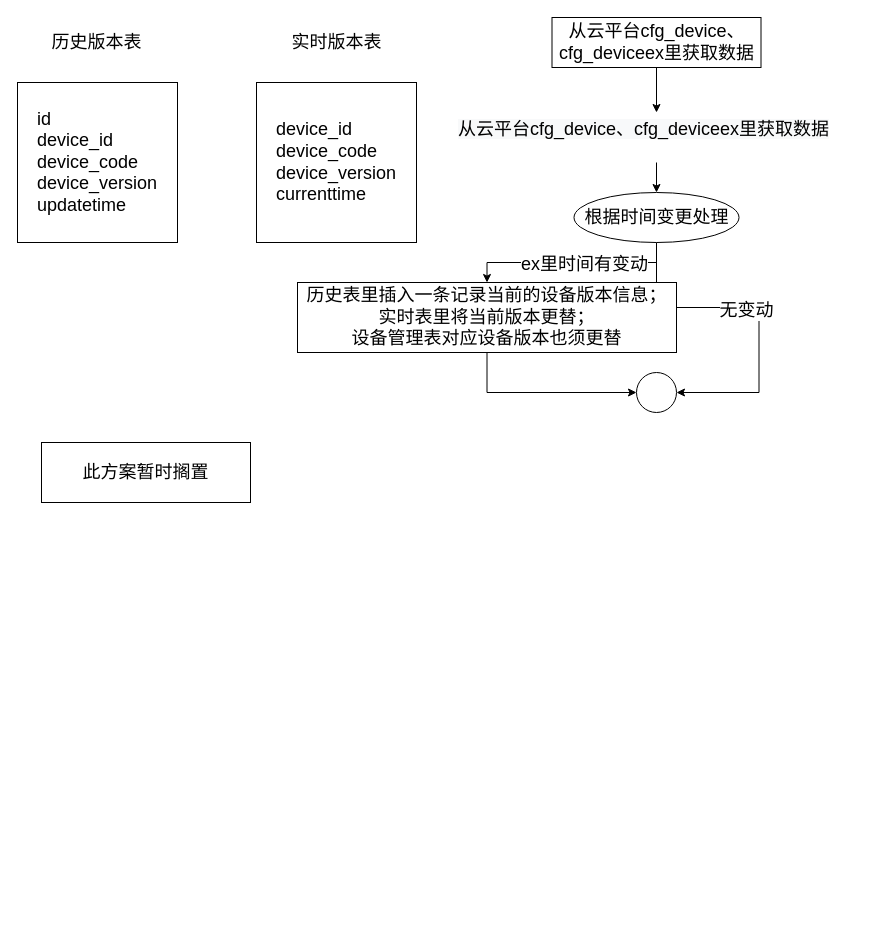
Earlier version of the draw.io diagram 2022.11/定时任务-保存版本.drawio (MxdGff/ImageStorge). Source tidied: cells renumbered, new cells numbered last; positions are measured from the earlier drawing's top-left corner, leaving out a move shared by most shapes. Both pictures are drawn from the tidied source at 100%, with x=0, y=0 at pixel (17, 17).
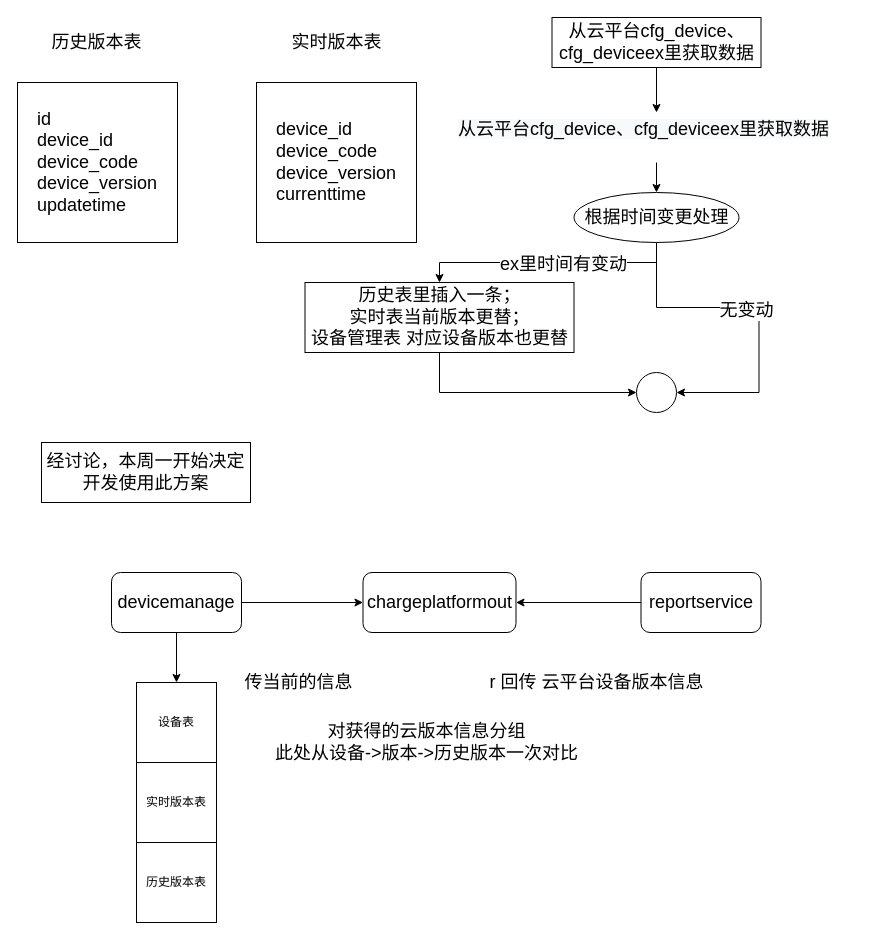
After the change.

Commit message:
更新定时任务-保存版本.drawio

The edit, as a diff of the source:
```diff
@@
-    <mxCell id="17" value="历史表里插入一条记录当前的设备版本信息；&lt;br&gt;实时表里将当前版本更替；&lt;br&gt;设备管理表对应设备版本也须更替" style="rounded=0;whiteSpace=wrap;html=1;fontSize=18;" parent="1" vertex="1">
-      <mxGeometry x="280" y="265" width="379" height="70" as="geometry" />
+    <mxCell id="17" value="历史表里插入一条；&lt;br&gt;实时表当前版本更替；&lt;br&gt;设备管理表 对应设备版本也更替" style="rounded=0;whiteSpace=wrap;html=1;fontSize=18;" parent="1" vertex="1">
+      <mxGeometry x="287.5" y="265" width="269" height="70" as="geometry" />
     </mxCell>
-    <mxCell id="18" value="此方案暂时搁置" style="rounded=0;whiteSpace=wrap;html=1;fontSize=18;" parent="1" vertex="1">
+    <mxCell id="18" value="经讨论，本周一开始决定开发使用此方案" style="rounded=0;whiteSpace=wrap;html=1;fontSize=18;" parent="1" vertex="1">
       <mxGeometry x="24" y="425" width="209" height="60" as="geometry" />
     </mxCell>
+    <mxCell id="19" value="历史版本表" style="whiteSpace=wrap;html=1;" parent="1" vertex="1">
+      <mxGeometry x="119" y="825" width="80" height="80" as="geometry" />
+    </mxCell>
+    <mxCell id="20" value="实时版本表" style="whiteSpace=wrap;html=1;" parent="1" vertex="1">
+      <mxGeometry x="119" y="745" width="80" height="80" as="geometry" />
+    </mxCell>
+    <mxCell id="21" value="设备表" style="whiteSpace=wrap;html=1;" parent="1" vertex="1">
+      <mxGeometry x="119" y="665" width="80" height="80" as="geometry" />
+    </mxCell>
+    <mxCell id="22" style="edgeStyle=orthogonalEdgeStyle;rounded=0;jettySize=auto;html=1;exitX=0;exitY=0.5;exitDx=0;exitDy=0;entryX=1;entryY=0.5;entryDx=0;entryDy=0;fontSize=18;" parent="1" edge="1" source="23" target="24">
+      <mxGeometry relative="1" as="geometry" />
+    </mxCell>
+    <mxCell id="23" value="&lt;font style=&quot;font-size: 18px;&quot;&gt;reportservice&lt;/font&gt;" style="rounded=1;whiteSpace=wrap;html=1;" parent="1" vertex="1">
+      <mxGeometry x="623.5" y="555" width="120" height="60" as="geometry" />
+    </mxCell>
+    <mxCell id="24" value="&lt;font style=&quot;font-size: 18px;&quot;&gt;chargeplatformout&lt;/font&gt;" style="rounded=1;whiteSpace=wrap;html=1;" parent="1" vertex="1">
+      <mxGeometry x="345.5" y="555" width="153" height="60" as="geometry" />
+    </mxCell>
+    <mxCell id="25" style="edgeStyle=orthogonalEdgeStyle;rounded=0;jettySize=auto;html=1;fontSize=18;" parent="1" edge="1" source="27" target="21">
+      <mxGeometry relative="1" as="geometry" />
+    </mxCell>
+    <mxCell id="26" style="edgeStyle=orthogonalEdgeStyle;rounded=0;jettySize=auto;html=1;exitX=1;exitY=0.5;exitDx=0;exitDy=0;entryX=0;entryY=0.5;entryDx=0;entryDy=0;fontSize=18;" parent="1" edge="1" source="27" target="24">
+      <mxGeometry relative="1" as="geometry" />
+    </mxCell>
+    <mxCell id="27" value="&lt;font style=&quot;font-size: 18px;&quot;&gt;devicemanage&lt;/font&gt;" style="rounded=1;whiteSpace=wrap;html=1;" parent="1" vertex="1">
+      <mxGeometry x="94" y="555" width="130" height="60" as="geometry" />
+    </mxCell>
+    <mxCell id="28" value="r 回传 云平台设备版本信息" style="text;html=1;align=center;verticalAlign=middle;strokeColor=none;fillColor=none;fontSize=18;" parent="1" vertex="1">
+      <mxGeometry x="459" y="645" width="240" height="40" as="geometry" />
+    </mxCell>
+    <mxCell id="29" value="传当前的信息" style="text;html=1;align=center;verticalAlign=middle;strokeColor=none;fillColor=none;fontSize=18;" parent="1" vertex="1">
+      <mxGeometry x="215.5" y="645" width="130" height="40" as="geometry" />
+    </mxCell>
+    <mxCell id="30" value="对获得的云版本信息分组&lt;br&gt;此处从设备-&amp;gt;版本-&amp;gt;历史版本一次对比" style="text;html=1;align=center;verticalAlign=middle;strokeColor=none;fillColor=none;fontSize=18;" parent="1" vertex="1">
+      <mxGeometry x="244" y="695" width="330" height="60" as="geometry" />
+    </mxCell>
```
